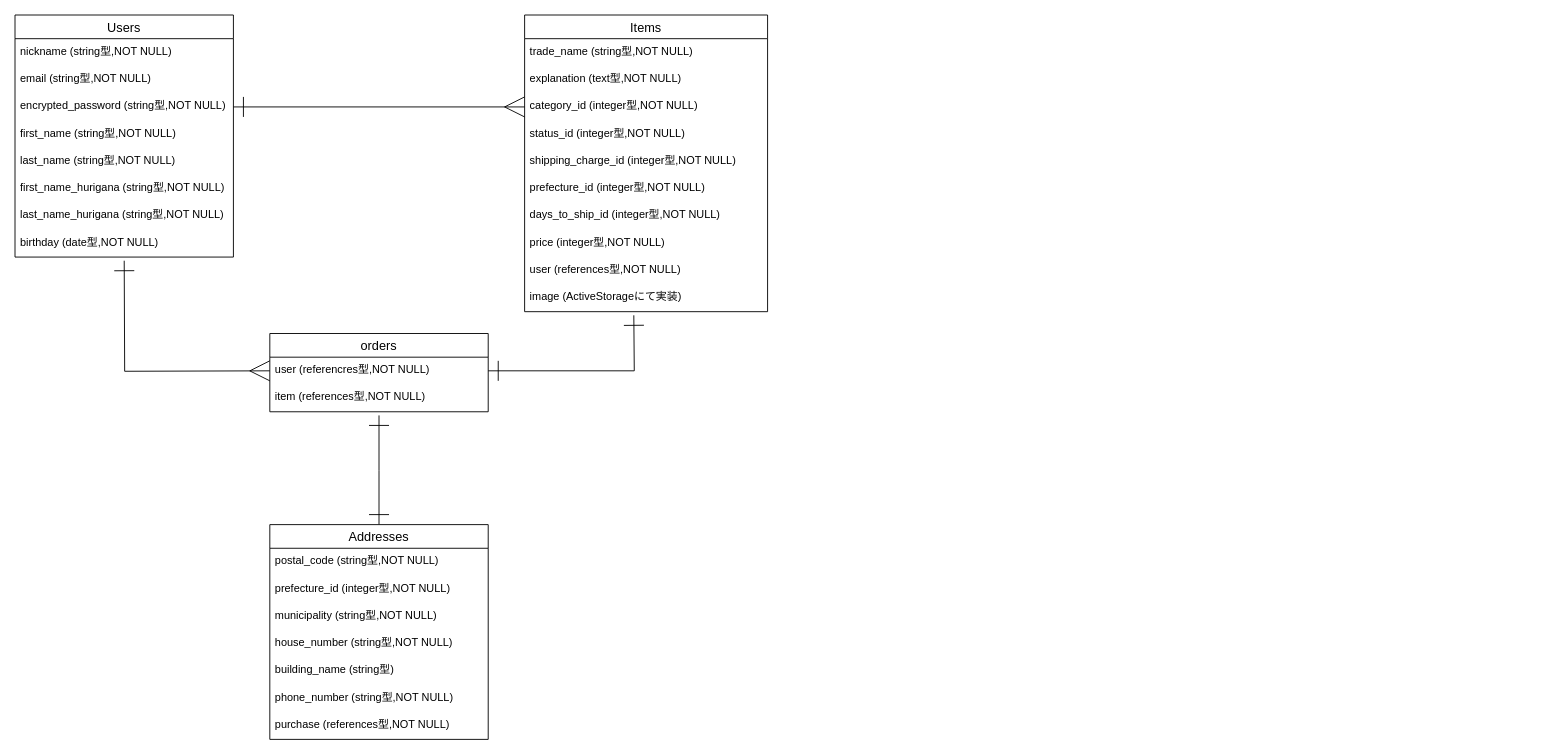
This is ER.dio from MN0607/furima-35359, a draw.io file, before an edit. Source tidied: cells renumbered, new cells numbered last; positions are measured from the earlier drawing's top-left corner, leaving out a move shared by most shapes. Both pictures are drawn from the tidied source at 91%, with x=0, y=0 at pixel (15, 15).
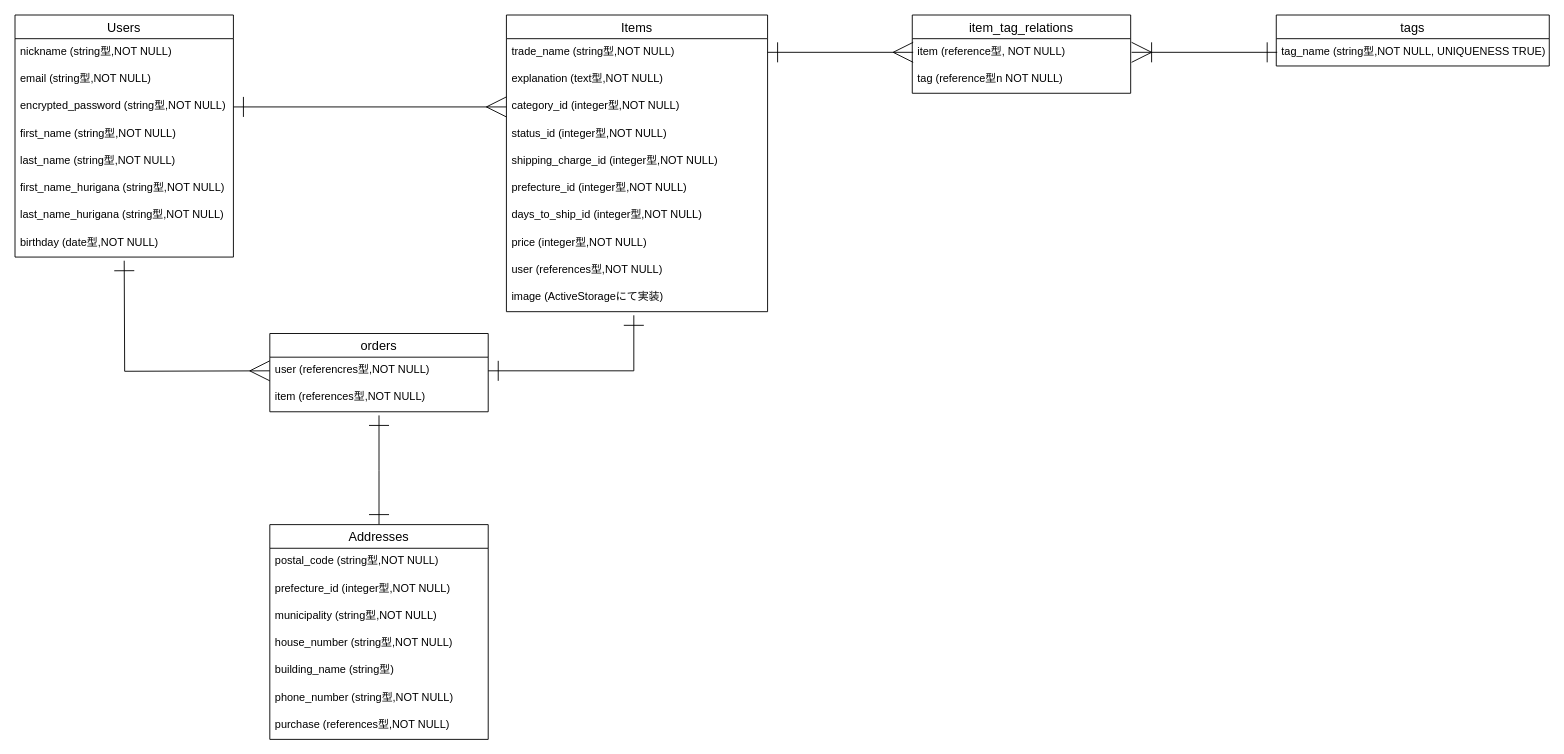
The same diagram, later.

The change refers to these unchanged cells:
```xml
<mxCell id="21" value="user (referencres型,NOT NULL)" style="text;strokeColor=none;fillColor=none;spacingLeft=4;spacingRight=4;overflow=hidden;points=[[0,0.5],[1,0.5]];portConstraint=eastwest;fontSize=12;" parent="20" vertex="1">
  <mxGeometry y="26" width="240" height="30" as="geometry" />
</mxCell>
```

What changed in the source:
```diff
@@
     <mxCell id="23" value="Items" style="swimlane;fontStyle=0;horizontal=1;startSize=26;align=center;fontSize=14;" parent="1" vertex="1">
-      <mxGeometry x="560" width="267" height="326" as="geometry" />
+      <mxGeometry x="540" width="287" height="326" as="geometry" />
     </mxCell>
     <mxCell id="24" value="trade_name (string型,NOT NULL)" style="text;strokeColor=none;fillColor=none;spacingLeft=4;spacingRight=4;overflow=hidden;fontSize=12;" parent="23" vertex="1">
-      <mxGeometry y="26" width="267" height="30" as="geometry" />
+      <mxGeometry y="26" width="287" height="30" as="geometry" />
     </mxCell>
     <mxCell id="25" value="explanation (text型,NOT NULL)" style="text;strokeColor=none;fillColor=none;spacingLeft=4;spacingRight=4;overflow=hidden;fontSize=12;" parent="23" vertex="1">
-      <mxGeometry y="56" width="267" height="30" as="geometry" />
+      <mxGeometry y="56" width="287" height="30" as="geometry" />
     </mxCell>
     <mxCell id="26" value="category_id (integer型,NOT NULL)" style="text;strokeColor=none;fillColor=none;spacingLeft=4;spacingRight=4;overflow=hidden;points=[[0,0.5],[1,0.5]];portConstraint=eastwest;fontSize=12;" parent="23" vertex="1">
-      <mxGeometry y="86" width="267" height="30" as="geometry" />
+      <mxGeometry y="86" width="287" height="30" as="geometry" />
     </mxCell>
     <mxCell id="27" value="status_id (integer型,NOT NULL)" style="text;strokeColor=none;fillColor=none;spacingLeft=4;spacingRight=4;overflow=hidden;fontSize=12;" parent="23" vertex="1">
-      <mxGeometry y="116" width="267" height="30" as="geometry" />
+      <mxGeometry y="116" width="287" height="30" as="geometry" />
     </mxCell>
     <mxCell id="28" value="shipping_charge_id (integer型,NOT NULL)" style="text;strokeColor=none;fillColor=none;spacingLeft=4;spacingRight=4;overflow=hidden;fontSize=12;" parent="23" vertex="1">
-      <mxGeometry y="146" width="267" height="30" as="geometry" />
+      <mxGeometry y="146" width="287" height="30" as="geometry" />
     </mxCell>
     <mxCell id="29" value="prefecture_id (integer型,NOT NULL)" style="text;strokeColor=none;fillColor=none;spacingLeft=4;spacingRight=4;overflow=hidden;fontSize=12;" parent="23" vertex="1">
-      <mxGeometry y="176" width="267" height="30" as="geometry" />
+      <mxGeometry y="176" width="287" height="30" as="geometry" />
     </mxCell>
     <mxCell id="30" value="days_to_ship_id (integer型,NOT NULL)" style="text;strokeColor=none;fillColor=none;spacingLeft=4;spacingRight=4;overflow=hidden;fontSize=12;" parent="23" vertex="1">
-      <mxGeometry y="206" width="267" height="30" as="geometry" />
+      <mxGeometry y="206" width="287" height="30" as="geometry" />
     </mxCell>
     <mxCell id="31" value="price (integer型,NOT NULL)" style="text;strokeColor=none;fillColor=none;spacingLeft=4;spacingRight=4;overflow=hidden;fontSize=12;" parent="23" vertex="1">
-      <mxGeometry y="236" width="267" height="30" as="geometry" />
+      <mxGeometry y="236" width="287" height="30" as="geometry" />
     </mxCell>
     <mxCell id="32" value="user (references型,NOT NULL)" style="text;strokeColor=none;fillColor=none;spacingLeft=4;spacingRight=4;overflow=hidden;fontSize=12;" parent="23" vertex="1">
-      <mxGeometry y="266" width="267" height="30" as="geometry" />
+      <mxGeometry y="266" width="287" height="30" as="geometry" />
     </mxCell>
     <mxCell id="33" value="image (ActiveStorageにて実装)" style="text;strokeColor=none;fillColor=none;spacingLeft=4;spacingRight=4;overflow=hidden;fontSize=12;" parent="23" vertex="1">
-      <mxGeometry y="296" width="267" height="30" as="geometry" />
+      <mxGeometry y="296" width="287" height="30" as="geometry" />
     </mxCell>
@@
     <mxCell id="36" style="edgeStyle=orthogonalEdgeStyle;rounded=0;jettySize=auto;html=1;exitX=1;exitY=0.5;exitDx=0;exitDy=0;startArrow=ERone;startFill=0;endArrow=ERone;endFill=0;endSize=20;startSize=20;" parent="1" edge="1" source="21">
       <mxGeometry relative="1" as="geometry">
         <mxPoint x="680" y="330" as="targetPoint" />
+        <Array as="points">
+          <mxPoint x="680" y="391" />
+        </Array>
       </mxGeometry>
     </mxCell>
+    <mxCell id="37" value="item_tag_relations" style="swimlane;fontStyle=0;horizontal=1;startSize=26;align=center;fontSize=14;" parent="1" vertex="1">
+      <mxGeometry x="986" width="240" height="86" as="geometry" />
+    </mxCell>
+    <mxCell id="38" value="item (reference型, NOT NULL)" style="text;strokeColor=none;fillColor=none;spacingLeft=4;spacingRight=4;overflow=hidden;fontSize=12;" parent="37" vertex="1">
+      <mxGeometry y="26" width="240" height="30" as="geometry" />
+    </mxCell>
+    <mxCell id="39" value="tag (reference型n NOT NULL)" style="text;strokeColor=none;fillColor=none;spacingLeft=4;spacingRight=4;overflow=hidden;fontSize=12;" parent="37" vertex="1">
+      <mxGeometry y="56" width="240" height="30" as="geometry" />
+    </mxCell>
+    <mxCell id="40" value="tags" style="swimlane;fontStyle=0;horizontal=1;startSize=26;align=center;fontSize=14;" parent="1" vertex="1">
+      <mxGeometry x="1386" width="300" height="56" as="geometry" />
+    </mxCell>
+    <mxCell id="41" value="tag_name (string型,NOT NULL, UNIQUENESS TRUE)" style="text;strokeColor=none;fillColor=none;spacingLeft=4;spacingRight=4;overflow=hidden;fontSize=12;" parent="40" vertex="1">
+      <mxGeometry y="26" width="300" height="30" as="geometry" />
+    </mxCell>
+    <mxCell id="42" style="edgeStyle=orthogonalEdgeStyle;rounded=0;orthogonalLoop=1;jettySize=auto;html=1;exitX=1;exitY=0.5;exitDx=0;exitDy=0;entryX=0;entryY=0.5;entryDx=0;entryDy=0;startArrow=ERone;startFill=0;endArrow=ERmany;endFill=0;endSize=20;startSize=20;" parent="1" edge="1">
+      <mxGeometry relative="1" as="geometry">
+        <mxPoint x="827" y="41" as="sourcePoint" />
+        <mxPoint x="987" y="41" as="targetPoint" />
+      </mxGeometry>
+    </mxCell>
+    <mxCell id="43" style="edgeStyle=orthogonalEdgeStyle;rounded=0;orthogonalLoop=1;jettySize=auto;html=1;exitX=1;exitY=0.5;exitDx=0;exitDy=0;entryX=0;entryY=0.5;entryDx=0;entryDy=0;endArrow=ERone;endFill=0;startArrow=ERoneToMany;startFill=0;endSize=20;startSize=20;" parent="1" edge="1">
+      <mxGeometry relative="1" as="geometry">
+        <mxPoint x="1227" y="41" as="sourcePoint" />
+        <mxPoint x="1387" y="41" as="targetPoint" />
+      </mxGeometry>
+    </mxCell>
```
